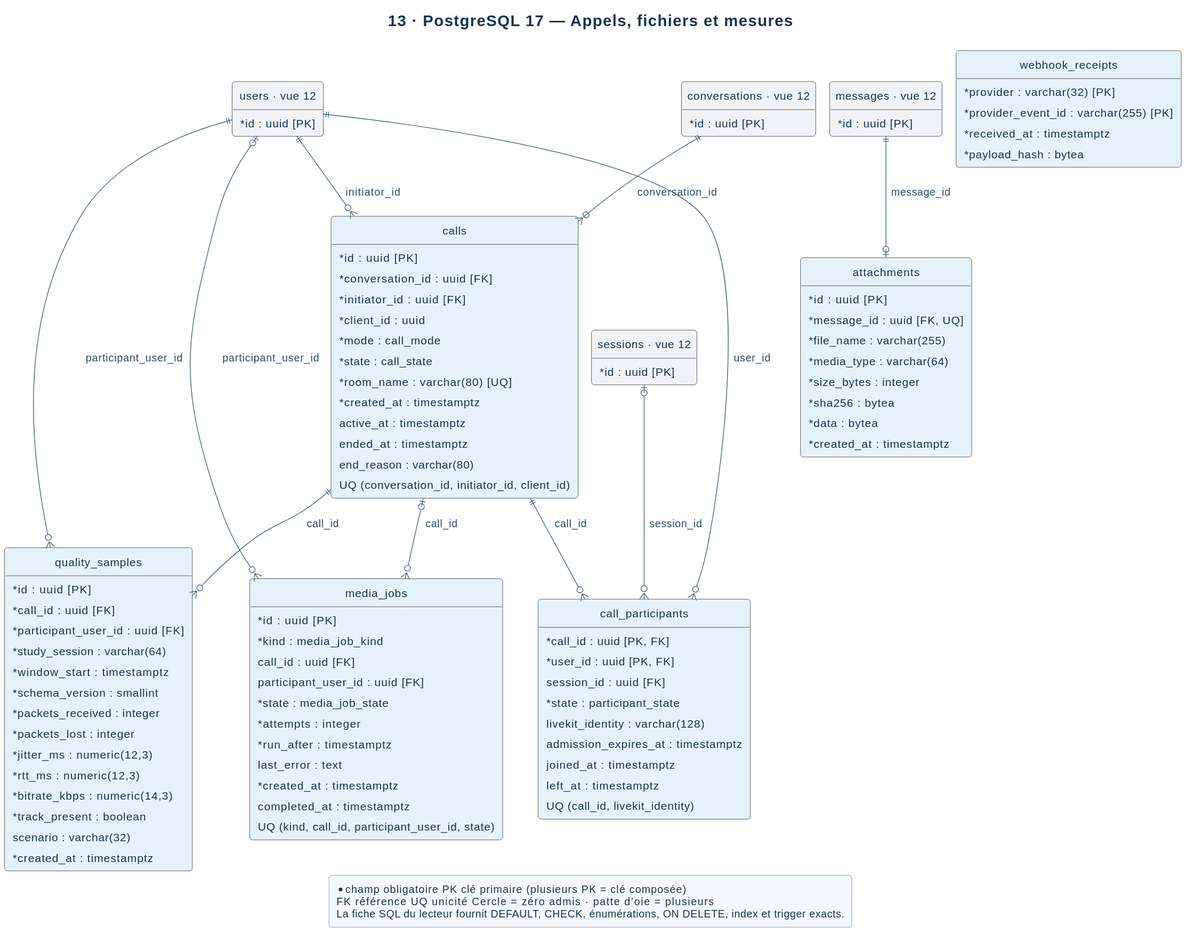
The PlantUML diagram docs/architecture/svg/13-donnees-media.svg in Zayonx-0/ChatISEN, before a commit. Its diagram source:
```plantuml
@startuml
!pragma layout smetana
skinparam backgroundColor white
skinparam shadowing false
skinparam defaultFontName SansSerif
skinparam defaultFontSize 15
skinparam defaultFontColor #17334D
skinparam titleFontSize 21
skinparam titleFontColor #17334D
skinparam ArrowColor #45647D
skinparam ArrowFontColor #274961
skinparam ArrowFontSize 14
skinparam roundcorner 8
skinparam padding 5
skinparam LegendBackgroundColor #F4F8FB
skinparam LegendBorderColor #AABCCA
skinparam NoteBackgroundColor #FFF4DB
skinparam NoteBorderColor #AB8046
skinparam NoteFontColor #48361A
skinparam sequenceParticipantBackgroundColor #E6F2FA
skinparam sequenceParticipantBorderColor #49799A
skinparam sequenceLifeLineBorderColor #91ADBF
skinparam componentStyle rectangle
skinparam classAttributeIconSize 0
hide empty methods

hide circle
hide empty methods
title 13 · PostgreSQL 17 — Appels, fichiers et mesures
entity "calls" as calls #E6F2FA {
  {field} * id : uuid  [PK]
  {field} * conversation_id : uuid  [FK]
  {field} * initiator_id : uuid  [FK]
  {field} * client_id : uuid
  {field} * mode : call_mode
  {field} * state : call_state
  {field} * room_name : varchar(80)  [UQ]
  {field} * created_at : timestamptz
  {field}   active_at : timestamptz
  {field}   ended_at : timestamptz
  {field}   end_reason : varchar(80)
  {field} UQ (conversation_id, initiator_id, client_id)
}
entity "call_participants" as call_participants #E6F2FA {
  {field} * call_id : uuid  [PK, FK]
  {field} * user_id : uuid  [PK, FK]
  {field}   session_id : uuid  [FK]
  {field} * state : participant_state
  {field}   livekit_identity : varchar(128)
  {field}   admission_expires_at : timestamptz
  {field}   joined_at : timestamptz
  {field}   left_at : timestamptz
  {field} UQ (call_id, livekit_identity)
}
entity "media_jobs" as media_jobs #E6F2FA {
  {field} * id : uuid  [PK]
  {field} * kind : media_job_kind
  {field}   call_id : uuid  [FK]
  {field}   participant_user_id : uuid  [FK]
  {field} * state : media_job_state
  {field} * attempts : integer
  {field} * run_after : timestamptz
  {field}   last_error : text
  {field} * created_at : timestamptz
  {field}   completed_at : timestamptz
  {field} UQ (kind, call_id, participant_user_id, state)
}
entity "quality_samples" as quality_samples #E6F2FA {
  {field} * id : uuid  [PK]
  {field} * call_id : uuid  [FK]
  {field} * participant_user_id : uuid  [FK]
  {field} * study_session : varchar(64)
  {field} * window_start : timestamptz
  {field} * schema_version : smallint
  {field} * packets_received : integer
  {field} * packets_lost : integer
  {field} * jitter_ms : numeric(12,3)
  {field} * rtt_ms : numeric(12,3)
  {field} * bitrate_kbps : numeric(14,3)
  {field} * track_present : boolean
  {field}   scenario : varchar(32)
  {field} * created_at : timestamptz
}
entity "attachments" as attachments #E6F2FA {
  {field} * id : uuid  [PK]
  {field} * message_id : uuid  [FK, UQ]
  {field} * file_name : varchar(255)
  {field} * media_type : varchar(64)
  {field} * size_bytes : integer
  {field} * sha256 : bytea
  {field} * data : bytea
  {field} * created_at : timestamptz
}
entity "webhook_receipts" as webhook_receipts #E6F2FA {
  {field} * provider : varchar(32)  [PK]
  {field} * provider_event_id : varchar(255)  [PK]
  {field} * received_at : timestamptz
  {field} * payload_hash : bytea
}
entity "conversations · vue 12" as conversations #F0F2F5 {
  * id : uuid [PK]
}
entity "messages · vue 12" as messages #F0F2F5 {
  * id : uuid [PK]
}
entity "sessions · vue 12" as sessions #F0F2F5 {
  * id : uuid [PK]
}
entity "users · vue 12" as users #F0F2F5 {
  * id : uuid [PK]
}
conversations ||--o{ calls : conversation_id
users ||--o{ calls : initiator_id
calls ||--o{ call_participants : call_id
users ||--o{ call_participants : user_id
sessions |o--o{ call_participants : session_id
calls |o--o{ media_jobs : call_id
users |o--o{ media_jobs : participant_user_id
calls ||--o{ quality_samples : call_id
users ||--o{ quality_samples : participant_user_id
messages ||--o| attachments : message_id
legend bottom
  * champ obligatoire     PK clé primaire (plusieurs PK = clé composée)
  FK référence     UQ unicité     Cercle = zéro admis · patte d’oie = plusieurs
  La fiche SQL du lecteur fournit DEFAULT, CHECK, énumérations, ON DELETE, index et trigger exacts.
endlegend
@enduml
```
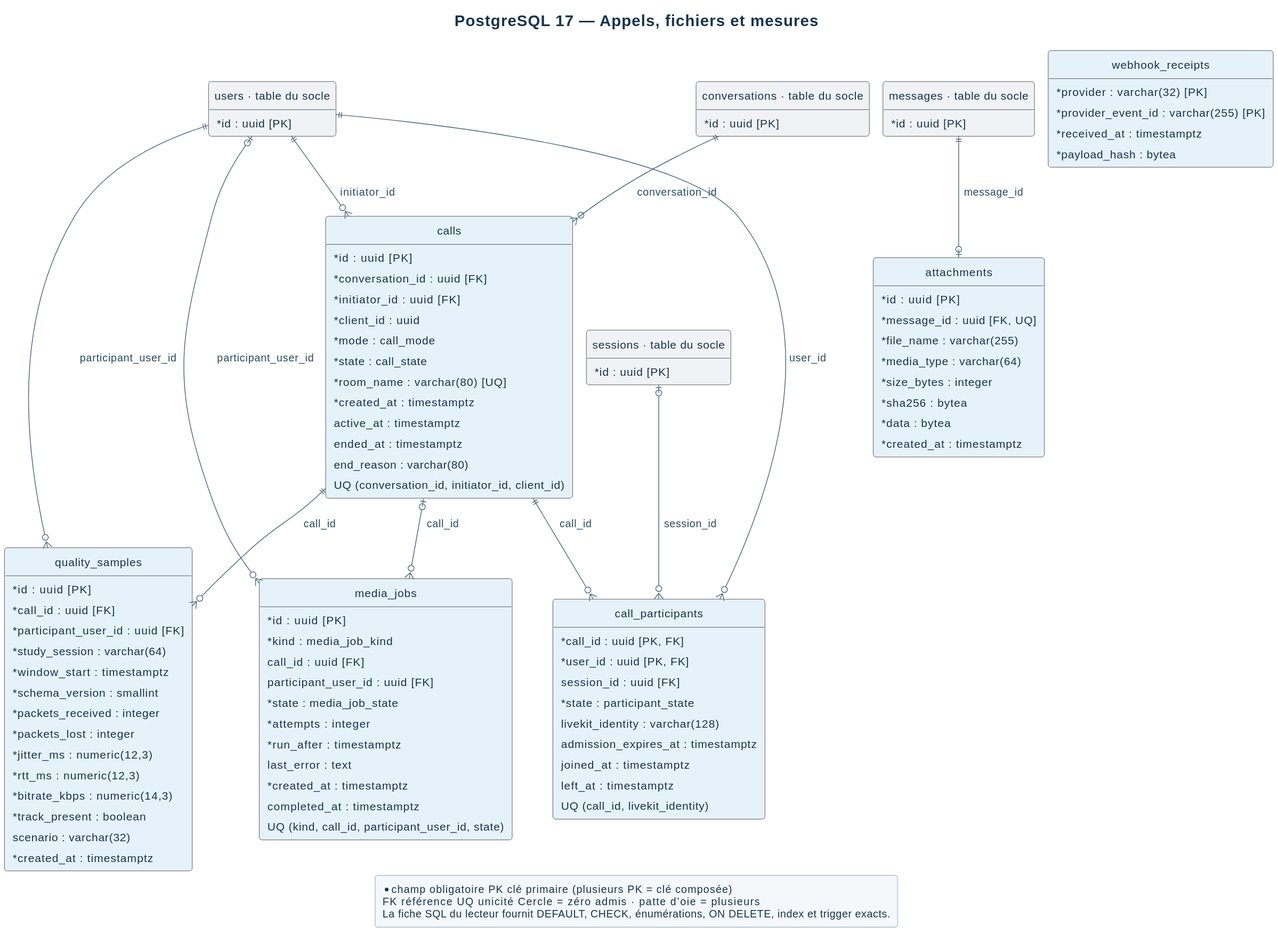
After the commit.

The edit, as a diff of the source:
```diff
@@ -26,7 +26,7 @@
 
 hide circle
 hide empty methods
-title 13 · PostgreSQL 17 — Appels, fichiers et mesures
+title PostgreSQL 17 — Appels, fichiers et mesures
 entity "calls" as calls #E6F2FA {
   {field} * id : uuid  [PK]
   {field} * conversation_id : uuid  [FK]
@@ -97,16 +97,16 @@
   {field} * received_at : timestamptz
   {field} * payload_hash : bytea
 }
-entity "conversations · vue 12" as conversations #F0F2F5 {
+entity "conversations · table du socle" as conversations #F0F2F5 {
   * id : uuid [PK]
 }
-entity "messages · vue 12" as messages #F0F2F5 {
+entity "messages · table du socle" as messages #F0F2F5 {
   * id : uuid [PK]
 }
-entity "sessions · vue 12" as sessions #F0F2F5 {
+entity "sessions · table du socle" as sessions #F0F2F5 {
   * id : uuid [PK]
 }
-entity "users · vue 12" as users #F0F2F5 {
+entity "users · table du socle" as users #F0F2F5 {
   * id : uuid [PK]
 }
 conversations ||--o{ calls : conversation_id
```
